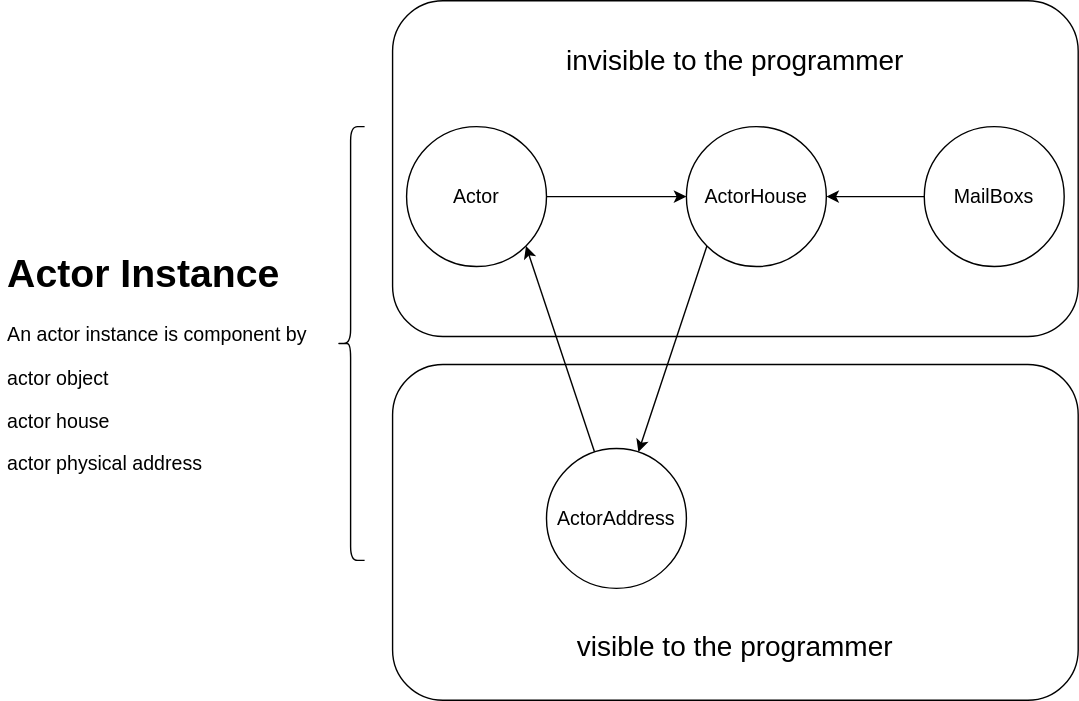
Before: docs/_assets/images/actor_instance.drawio.svg, a diagram exported from draw.io (otavia-projects/otavia). Source tidied: cells renumbered, new cells last; positions are measured from the earlier drawing's top-left corner, leaving out a move shared by most shapes.
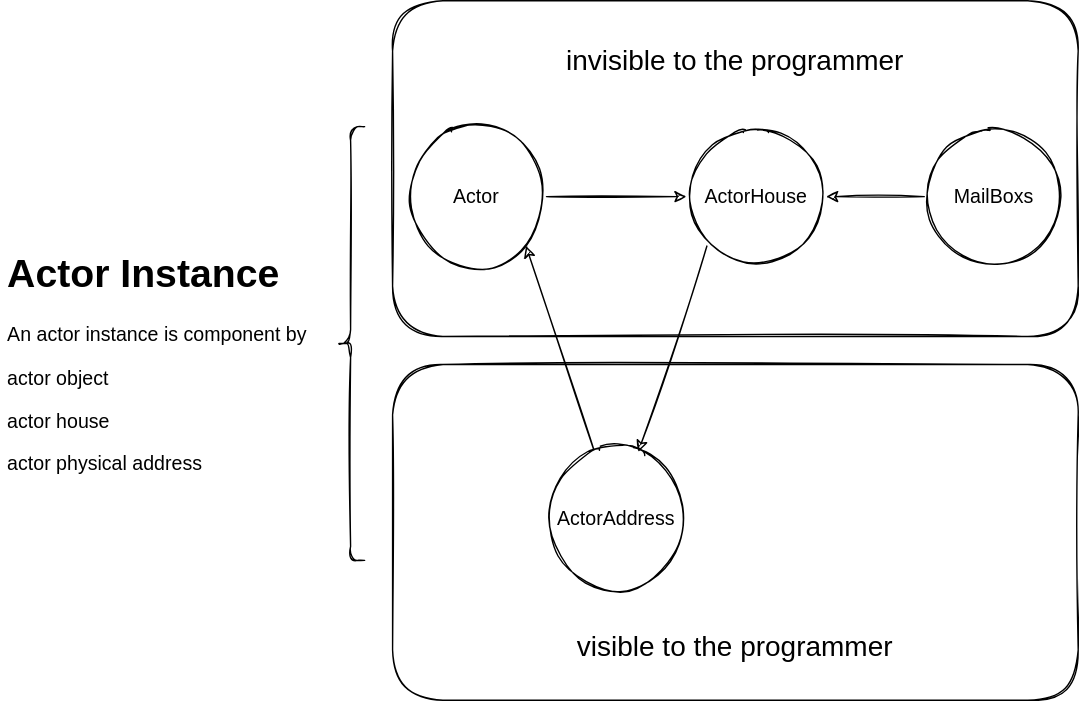
Later version of the same file.

Diff of the diagram source:
```diff
@@ -2,40 +2,40 @@
   <root>
     <mxCell id="0" />
     <mxCell id="1" parent="0" />
-    <mxCell id="2" value="&lt;br style=&quot;font-size: 20px;&quot;&gt;&lt;span style=&quot;font-size: 20px;&quot;&gt;visible to the programmer&lt;br&gt;&lt;br&gt;&lt;/span&gt;" style="rounded=1;whiteSpace=wrap;html=1;verticalAlign=bottom;align=center;" parent="1" vertex="1">
+    <mxCell id="2" value="&lt;br style=&quot;font-size: 20px;&quot;&gt;&lt;span style=&quot;font-size: 20px;&quot;&gt;visible to the programmer&lt;br&gt;&lt;br&gt;&lt;/span&gt;" style="rounded=1;whiteSpace=wrap;html=1;verticalAlign=bottom;align=center;sketch=1;" parent="1" vertex="1">
       <mxGeometry x="280" y="260" width="490" height="240" as="geometry" />
     </mxCell>
-    <mxCell id="3" value="&lt;br&gt;invisible to the programmer" style="rounded=1;whiteSpace=wrap;html=1;verticalAlign=top;fontSize=20;" parent="1" vertex="1">
+    <mxCell id="3" value="&lt;br&gt;invisible to the programmer" style="rounded=1;whiteSpace=wrap;html=1;verticalAlign=top;fontSize=20;sketch=1;" parent="1" vertex="1">
       <mxGeometry x="280" width="490" height="240" as="geometry" />
     </mxCell>
-    <mxCell id="4" style="edgeStyle=none;rounded=0;jettySize=auto;html=1;" parent="1" edge="1" source="5" target="9">
+    <mxCell id="4" style="edgeStyle=none;rounded=0;jettySize=auto;html=1;sketch=1;" parent="1" edge="1" source="5" target="9">
       <mxGeometry relative="1" as="geometry" />
     </mxCell>
-    <mxCell id="5" value="Actor" style="ellipse;whiteSpace=wrap;html=1;fontSize=14;" parent="1" vertex="1">
+    <mxCell id="5" value="Actor" style="ellipse;whiteSpace=wrap;html=1;fontSize=14;sketch=1;" parent="1" vertex="1">
       <mxGeometry x="290" y="90" width="100" height="100" as="geometry" />
     </mxCell>
-    <mxCell id="6" style="edgeStyle=none;rounded=0;jettySize=auto;html=1;entryX=1;entryY=1;entryDx=0;entryDy=0;" parent="1" edge="1" source="7" target="5">
+    <mxCell id="6" style="edgeStyle=none;rounded=0;jettySize=auto;html=1;entryX=1;entryY=1;entryDx=0;entryDy=0;sketch=1;" parent="1" edge="1" source="7" target="5">
       <mxGeometry relative="1" as="geometry" />
     </mxCell>
-    <mxCell id="7" value="ActorAddress" style="ellipse;whiteSpace=wrap;html=1;fontSize=14;" parent="1" vertex="1">
+    <mxCell id="7" value="ActorAddress" style="ellipse;whiteSpace=wrap;html=1;fontSize=14;sketch=1;" parent="1" vertex="1">
       <mxGeometry x="390" y="320" width="100" height="100" as="geometry" />
     </mxCell>
-    <mxCell id="8" style="edgeStyle=none;rounded=0;jettySize=auto;html=1;exitX=0;exitY=1;exitDx=0;exitDy=0;" parent="1" edge="1" source="9" target="7">
+    <mxCell id="8" style="edgeStyle=none;rounded=0;jettySize=auto;html=1;exitX=0;exitY=1;exitDx=0;exitDy=0;sketch=1;" parent="1" edge="1" source="9" target="7">
       <mxGeometry relative="1" as="geometry" />
     </mxCell>
-    <mxCell id="9" value="ActorHouse" style="ellipse;whiteSpace=wrap;html=1;fontSize=14;" parent="1" vertex="1">
+    <mxCell id="9" value="ActorHouse" style="ellipse;whiteSpace=wrap;html=1;fontSize=14;sketch=1;" parent="1" vertex="1">
       <mxGeometry x="490" y="90" width="100" height="100" as="geometry" />
     </mxCell>
-    <mxCell id="10" style="edgeStyle=none;rounded=0;jettySize=auto;html=1;" parent="1" edge="1" source="11" target="9">
+    <mxCell id="10" style="edgeStyle=none;rounded=0;jettySize=auto;html=1;sketch=1;" parent="1" edge="1" source="11" target="9">
       <mxGeometry relative="1" as="geometry" />
     </mxCell>
-    <mxCell id="11" value="MailBoxs" style="ellipse;whiteSpace=wrap;html=1;fontSize=14;" parent="1" vertex="1">
+    <mxCell id="11" value="MailBoxs" style="ellipse;whiteSpace=wrap;html=1;fontSize=14;sketch=1;" parent="1" vertex="1">
       <mxGeometry x="660" y="90" width="100" height="100" as="geometry" />
     </mxCell>
-    <mxCell id="12" style="shape=curlyBracket;whiteSpace=wrap;html=1;rounded=1;labelPosition=left;verticalLabelPosition=middle;align=right;verticalAlign=middle;fontSize=14;" parent="1" vertex="1">
+    <mxCell id="12" style="shape=curlyBracket;whiteSpace=wrap;html=1;rounded=1;labelPosition=left;verticalLabelPosition=middle;align=right;verticalAlign=middle;fontSize=14;sketch=1;" parent="1" vertex="1">
       <mxGeometry x="240" y="90" width="20" height="310" as="geometry" />
     </mxCell>
-    <mxCell id="13" value="&lt;h1&gt;Actor Instance&lt;/h1&gt;&lt;p&gt;An actor instance is component by&amp;nbsp;&lt;/p&gt;&lt;p&gt;actor object&lt;/p&gt;&lt;p&gt;actor house&lt;/p&gt;&lt;p&gt;actor physical address&lt;/p&gt;" style="text;html=1;strokeColor=none;fillColor=none;spacing=5;spacingTop=-20;whiteSpace=wrap;overflow=hidden;rounded=0;fontSize=14;" parent="1" vertex="1">
+    <mxCell id="13" value="&lt;h1&gt;Actor Instance&lt;/h1&gt;&lt;p&gt;An actor instance is component by&amp;nbsp;&lt;/p&gt;&lt;p&gt;actor object&lt;/p&gt;&lt;p&gt;actor house&lt;/p&gt;&lt;p&gt;actor physical address&lt;/p&gt;" style="text;html=1;strokeColor=none;fillColor=none;spacing=5;spacingTop=-20;whiteSpace=wrap;overflow=hidden;rounded=0;fontSize=14;sketch=1;" parent="1" vertex="1">
       <mxGeometry y="170" width="240" height="180" as="geometry" />
     </mxCell>
   </root>
```
